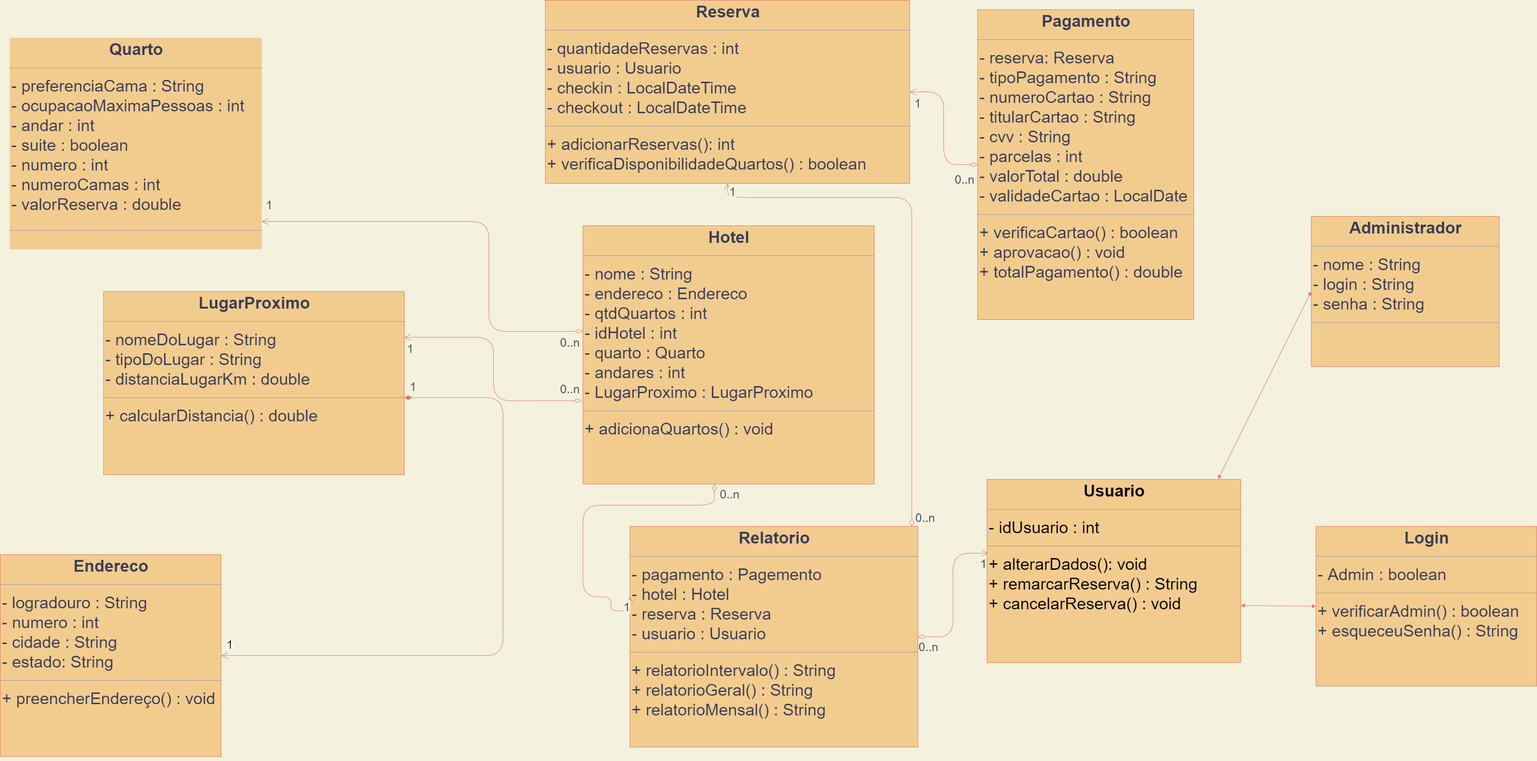
The draw.io diagram Diagrama UML Graduandos em Totólogia.png in pedrocmr/Projeto_Host4U, before a commit. Source tidied: cells renumbered, new cells last; positions are measured from the earlier drawing's top-left corner, leaving out a move shared by most shapes.
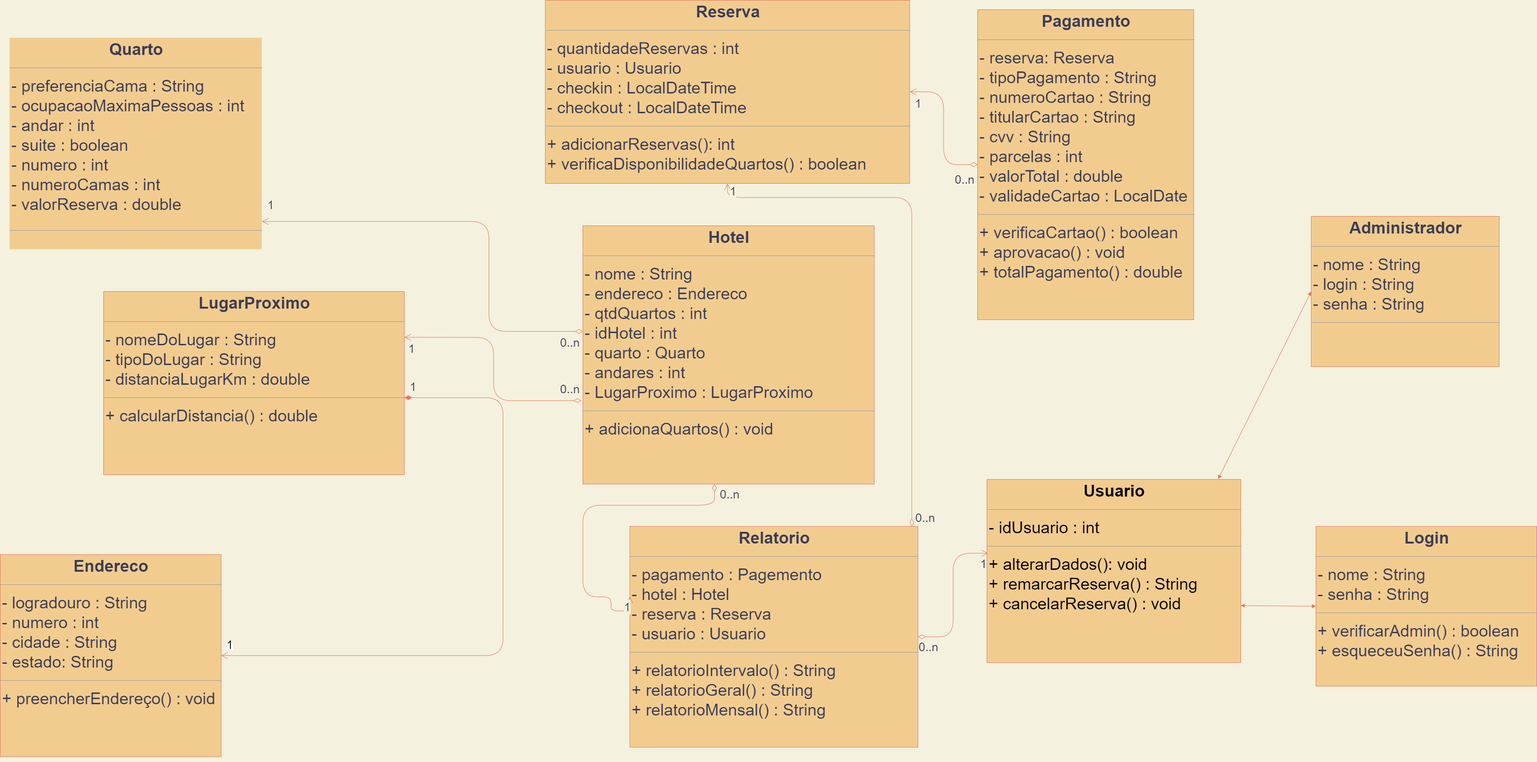
The same diagram one commit later.

The edit, as a diff of the source:
```diff
@@ -11,7 +11,7 @@
     <mxCell id="4" value="&lt;p style=&quot;margin: 4px 0px 0px ; text-align: center ; font-size: 35px&quot;&gt;&lt;b&gt;&lt;font style=&quot;font-size: 35px&quot;&gt;Endereco&lt;/font&gt;&lt;/b&gt;&lt;/p&gt;&lt;hr size=&quot;1&quot; style=&quot;font-size: 35px&quot;&gt;&lt;p style=&quot;margin: 0px 0px 0px 4px ; font-size: 35px&quot;&gt;&lt;font style=&quot;font-size: 35px&quot;&gt;- logradouro : String&lt;/font&gt;&lt;/p&gt;&lt;p style=&quot;margin: 0px 0px 0px 4px ; font-size: 35px&quot;&gt;&lt;font style=&quot;font-size: 35px&quot;&gt;- numero : int&lt;/font&gt;&lt;/p&gt;&lt;p style=&quot;margin: 0px 0px 0px 4px ; font-size: 35px&quot;&gt;&lt;font style=&quot;font-size: 35px&quot;&gt;- cidade : String&lt;/font&gt;&lt;/p&gt;&lt;p style=&quot;margin: 0px 0px 0px 4px ; font-size: 35px&quot;&gt;&lt;font style=&quot;font-size: 35px&quot;&gt;- estado: String&lt;/font&gt;&lt;/p&gt;&lt;hr size=&quot;1&quot; style=&quot;font-size: 35px&quot;&gt;&lt;p style=&quot;margin: 0px 0px 0px 4px ; font-size: 35px&quot;&gt;+ preencherEndereço() : void&lt;/p&gt;" style="verticalAlign=top;align=left;overflow=fill;fontSize=12;fontFamily=Helvetica;html=1;arcSize=74;fillColor=#F2CC8F;strokeColor=#E07A5F;fontColor=#393C56;" parent="1" vertex="1">
       <mxGeometry y="1180" width="470" height="430" as="geometry" />
     </mxCell>
-    <mxCell id="5" value="&lt;p style=&quot;margin: 4px 0px 0px ; text-align: center ; font-size: 35px&quot;&gt;&lt;b&gt;&lt;font style=&quot;font-size: 35px&quot;&gt;Login&lt;/font&gt;&lt;/b&gt;&lt;/p&gt;&lt;hr size=&quot;1&quot; style=&quot;font-size: 35px&quot;&gt;&lt;p style=&quot;margin: 0px 0px 0px 4px ; font-size: 35px&quot;&gt;&lt;span&gt;- Admin : boolean&lt;/span&gt;&lt;br&gt;&lt;/p&gt;&lt;hr size=&quot;1&quot; style=&quot;font-size: 35px&quot;&gt;&lt;p style=&quot;margin: 0px 0px 0px 4px ; font-size: 35px&quot;&gt;&lt;font style=&quot;font-size: 35px&quot;&gt;+ verificarAdmin() : boolean&lt;/font&gt;&lt;/p&gt;&lt;p style=&quot;margin: 0px 0px 0px 4px ; font-size: 35px&quot;&gt;&lt;font style=&quot;font-size: 35px&quot;&gt;+ esqueceuSenha() : String&lt;/font&gt;&lt;/p&gt;" style="verticalAlign=top;align=left;overflow=fill;fontSize=12;fontFamily=Helvetica;html=1;arcSize=74;fontColor=#393C56;fillColor=#F2CC8F;strokeColor=#E07A5F;" parent="1" vertex="1">
+    <mxCell id="5" value="&lt;p style=&quot;margin: 4px 0px 0px ; text-align: center ; font-size: 35px&quot;&gt;&lt;b&gt;&lt;font style=&quot;font-size: 35px&quot;&gt;Login&lt;/font&gt;&lt;/b&gt;&lt;/p&gt;&lt;hr size=&quot;1&quot; style=&quot;font-size: 35px&quot;&gt;&lt;p style=&quot;margin: 0px 0px 0px 4px ; font-size: 35px&quot;&gt;&lt;span&gt;- nome : String&lt;/span&gt;&lt;br&gt;&lt;/p&gt;&lt;p style=&quot;margin: 0px 0px 0px 4px ; font-size: 35px&quot;&gt;&lt;span&gt;- senha : String&lt;/span&gt;&lt;/p&gt;&lt;hr size=&quot;1&quot; style=&quot;font-size: 35px&quot;&gt;&lt;p style=&quot;margin: 0px 0px 0px 4px ; font-size: 35px&quot;&gt;&lt;font style=&quot;font-size: 35px&quot;&gt;+ verificarAdmin() : boolean&lt;/font&gt;&lt;/p&gt;&lt;p style=&quot;margin: 0px 0px 0px 4px ; font-size: 35px&quot;&gt;&lt;font style=&quot;font-size: 35px&quot;&gt;+ esqueceuSenha() : String&lt;/font&gt;&lt;/p&gt;" style="verticalAlign=top;align=left;overflow=fill;fontSize=12;fontFamily=Helvetica;html=1;arcSize=74;fontColor=#393C56;fillColor=#F2CC8F;strokeColor=#E07A5F;" parent="1" vertex="1">
       <mxGeometry x="2800" y="1120" width="470" height="340" as="geometry" />
     </mxCell>
     <mxCell id="6" value="&lt;p style=&quot;margin: 4px 0px 0px ; text-align: center ; font-size: 35px&quot;&gt;&lt;b&gt;&lt;font style=&quot;font-size: 35px&quot;&gt;Relatorio&lt;/font&gt;&lt;/b&gt;&lt;/p&gt;&lt;hr size=&quot;1&quot; style=&quot;font-size: 35px&quot;&gt;&lt;p style=&quot;margin: 0px 0px 0px 4px ; font-size: 35px&quot;&gt;&lt;font style=&quot;font-size: 35px&quot;&gt;- pagamento : Pagemento&lt;/font&gt;&lt;/p&gt;&lt;p style=&quot;margin: 0px 0px 0px 4px ; font-size: 35px&quot;&gt;&lt;font style=&quot;font-size: 35px&quot;&gt;- hotel : Hotel&lt;/font&gt;&lt;/p&gt;&lt;p style=&quot;margin: 0px 0px 0px 4px ; font-size: 35px&quot;&gt;&lt;font style=&quot;font-size: 35px&quot;&gt;- reserva : Reserva&lt;/font&gt;&lt;/p&gt;&lt;p style=&quot;margin: 0px 0px 0px 4px ; font-size: 35px&quot;&gt;&lt;font style=&quot;font-size: 35px&quot;&gt;- usuario : Usuario&lt;/font&gt;&lt;/p&gt;&lt;hr size=&quot;1&quot; style=&quot;font-size: 35px&quot;&gt;&lt;p style=&quot;margin: 0px 0px 0px 4px ; font-size: 35px&quot;&gt;&lt;font style=&quot;font-size: 35px&quot;&gt;+ relatorioIntervalo() : String&lt;/font&gt;&lt;/p&gt;&lt;p style=&quot;margin: 0px 0px 0px 4px ; font-size: 35px&quot;&gt;&lt;font style=&quot;font-size: 35px&quot;&gt;+ relatorioGeral() : String&lt;/font&gt;&lt;/p&gt;&lt;p style=&quot;margin: 0px 0px 0px 4px ; font-size: 35px&quot;&gt;&lt;font style=&quot;font-size: 35px&quot;&gt;+ relatorioMensal() : String&lt;/font&gt;&lt;/p&gt;" style="verticalAlign=top;align=left;overflow=fill;fontSize=12;fontFamily=Helvetica;html=1;arcSize=74;fillColor=#F2CC8F;strokeColor=#E07A5F;fontColor=#393C56;" parent="1" vertex="1">
```
